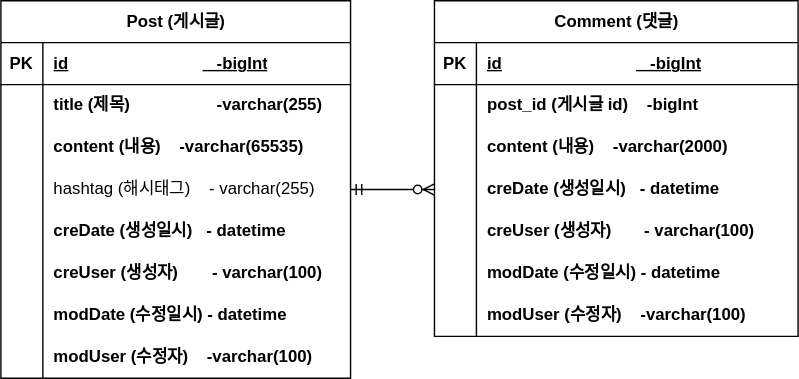
The draw.io diagram document/mh-project-erd.svg in MHLEE12/mh-project, before a commit. Source tidied: cells renumbered, new cells last; positions are measured from the earlier drawing's top-left corner, leaving out a move shared by most shapes.
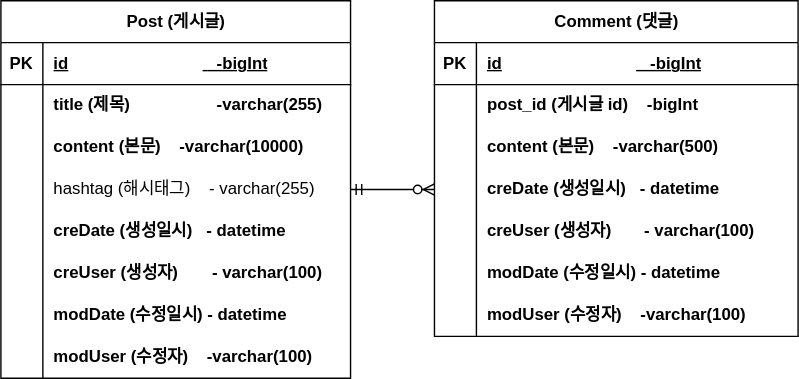
After the commit.

Change to the diagram source:
```diff
@@ -29,7 +29,7 @@
     <mxCell id="10" style="shape=partialRectangle;fillColor=none;top=0;left=0;bottom=0;right=0;overflow=hidden;whiteSpace=wrap;html=1;" parent="9" vertex="1">
       <mxGeometry width="30" height="30" as="geometry" />
     </mxCell>
-    <mxCell id="11" value="content (내용)&lt;span style=&quot;white-space: pre;&quot;&gt;&#9;&lt;/span&gt;&amp;nbsp; &amp;nbsp;-varchar(65535)" style="shape=partialRectangle;fillColor=none;top=0;left=0;bottom=0;right=0;align=left;spacingLeft=6;overflow=hidden;whiteSpace=wrap;html=1;fontStyle=1;" parent="9" vertex="1">
+    <mxCell id="11" value="content (본문)&lt;span style=&quot;white-space: pre;&quot;&gt;&#9;&lt;/span&gt;&amp;nbsp; &amp;nbsp;-varchar(10000)" style="shape=partialRectangle;fillColor=none;top=0;left=0;bottom=0;right=0;align=left;spacingLeft=6;overflow=hidden;whiteSpace=wrap;html=1;fontStyle=1;" parent="9" vertex="1">
       <mxGeometry x="30" width="220" height="30" as="geometry" />
     </mxCell>
     <mxCell id="12" style="shape=tableRow;horizontal=0;startSize=0;swimlaneHead=0;swimlaneBody=0;fillColor=none;points=[[0,0.5],[1,0.5]];portConstraint=eastwest;top=0;left=0;right=0;bottom=0;" parent="2" vertex="1">
@@ -104,7 +104,7 @@
     <mxCell id="35" style="shape=partialRectangle;fillColor=none;top=0;left=0;bottom=0;right=0;overflow=hidden;whiteSpace=wrap;html=1;" parent="34" vertex="1">
       <mxGeometry width="30" height="30" as="geometry" />
     </mxCell>
-    <mxCell id="36" value="content (내용)&lt;span style=&quot;white-space: pre;&quot;&gt;&#9;&lt;/span&gt;&amp;nbsp; &amp;nbsp;-varchar(2000)" style="shape=partialRectangle;fillColor=none;top=0;left=0;bottom=0;right=0;align=left;spacingLeft=6;overflow=hidden;whiteSpace=wrap;html=1;fontStyle=1;" parent="34" vertex="1">
+    <mxCell id="36" value="content (본문)&lt;span style=&quot;white-space: pre;&quot;&gt;&#9;&lt;/span&gt;&amp;nbsp; &amp;nbsp;-varchar(500)" style="shape=partialRectangle;fillColor=none;top=0;left=0;bottom=0;right=0;align=left;spacingLeft=6;overflow=hidden;whiteSpace=wrap;html=1;fontStyle=1;" parent="34" vertex="1">
       <mxGeometry x="30" width="230" height="30" as="geometry" />
     </mxCell>
     <mxCell id="37" style="shape=tableRow;horizontal=0;startSize=0;swimlaneHead=0;swimlaneBody=0;fillColor=none;points=[[0,0.5],[1,0.5]];portConstraint=eastwest;top=0;left=0;right=0;bottom=0;" parent="27" vertex="1">
```
